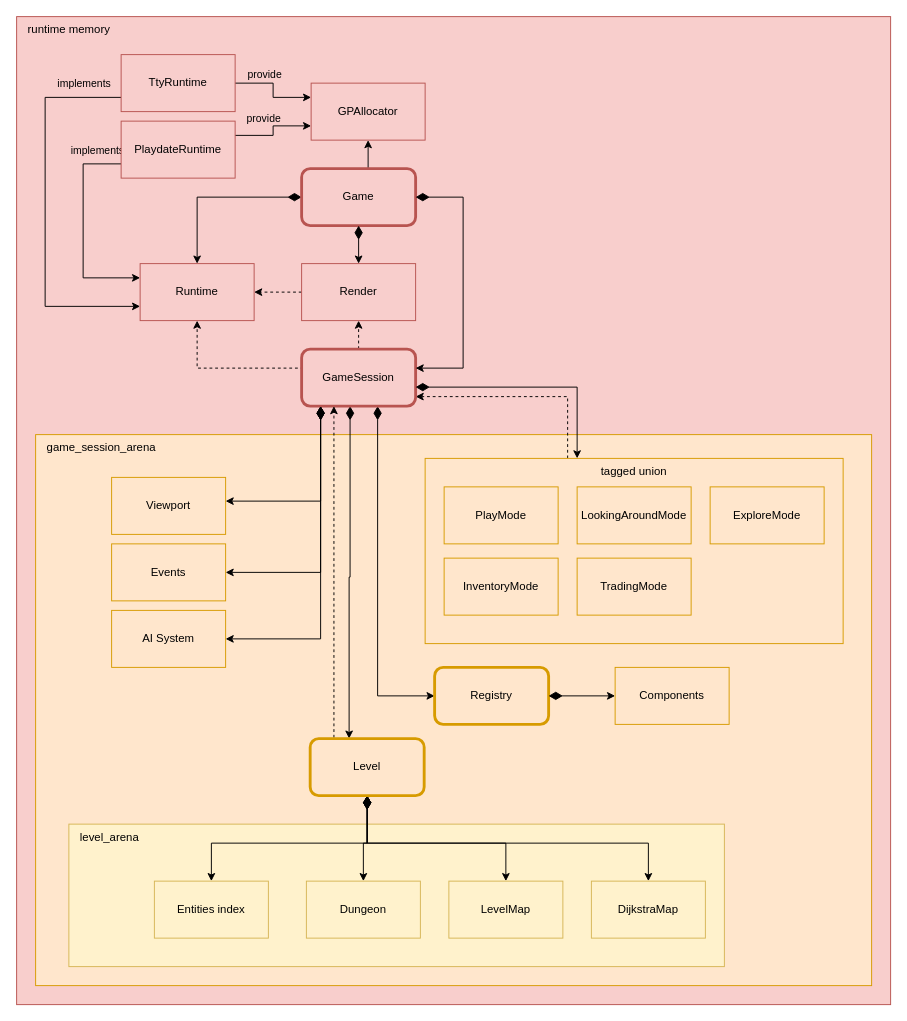
The draw.io diagram page "Main components" (2 of 9) of docs/dev/schemas.drawio in vladimir-popov/forgotten_catacombs, before the edit. Source tidied: cells renumbered, new cells numbered last; positions are measured from the earlier drawing's top-left corner, leaving out a move shared by most shapes. Both pictures are drawn from the tidied source at 95%, with x=0, y=0 at pixel (16, 16).
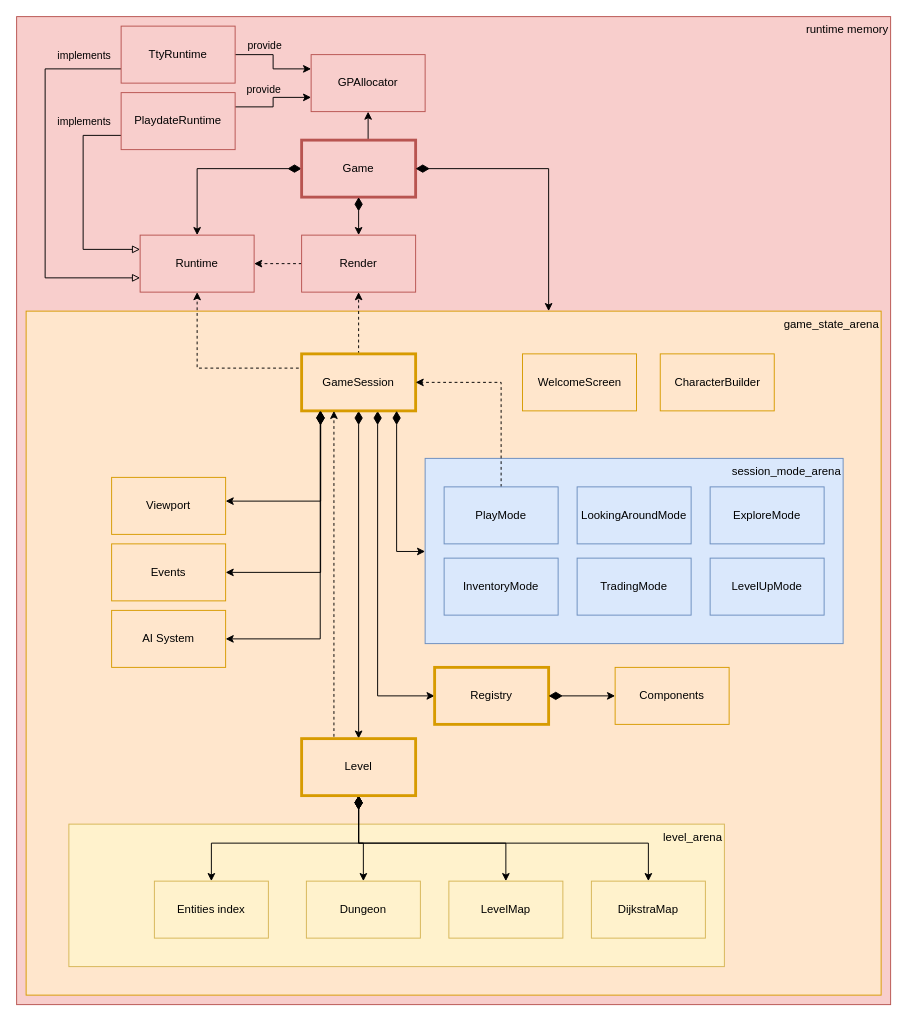
After the change.

Unchanged cells that the change refers to:
```xml
<mxCell id="49" value="AI System" style="rounded=0;whiteSpace=wrap;html=1;fillColor=#ffe6cc;strokeColor=#d79b00;" parent="1" vertex="1">
  <mxGeometry x="100" y="625" width="120" height="60" as="geometry" />
</mxCell>
```

Diff of the diagram source:
```diff
@@
-    <mxCell id="2" value="runtime memory" style="rounded=0;whiteSpace=wrap;html=1;fillColor=#f8cecc;strokeColor=#b85450;verticalAlign=top;align=left;spacingLeft=10;" parent="1" vertex="1">
+    <mxCell id="2" value="runtime memory" style="rounded=0;whiteSpace=wrap;html=1;fillColor=#f8cecc;strokeColor=#b85450;verticalAlign=top;align=right;spacingLeft=10;" parent="1" vertex="1">
       <mxGeometry width="920" height="1040" as="geometry" />
     </mxCell>
-    <mxCell id="3" value="game_session_arena" style="rounded=0;whiteSpace=wrap;html=1;fillColor=#ffe6cc;strokeColor=#d79b00;align=left;verticalAlign=top;spacingLeft=10;" parent="1" vertex="1">
-      <mxGeometry x="20" y="440" width="880" height="580" as="geometry" />
-    </mxCell>
-    <mxCell id="4" style="edgeStyle=orthogonalEdgeStyle;rounded=0;jettySize=auto;html=1;dashed=1;" parent="1" edge="1" source="5" target="16">
-      <mxGeometry relative="1" as="geometry">
-        <Array as="points">
-          <mxPoint x="580" y="400" />
-        </Array>
-      </mxGeometry>
-    </mxCell>
+    <mxCell id="57" value="game_state_arena" style="rounded=0;whiteSpace=wrap;html=1;fillColor=#ffe6cc;strokeColor=#d79b00;align=right;verticalAlign=top;spacingLeft=10;" parent="1" vertex="1">
+      <mxGeometry x="10" y="310" width="900" height="720" as="geometry" />
+    </mxCell>
-    <mxCell id="5" value="tagged union" style="rounded=0;whiteSpace=wrap;html=1;fillColor=#ffe6cc;strokeColor=#d79b00;verticalAlign=top;" parent="1" vertex="1">
+    <mxCell id="5" value="session_mode_arena" style="rounded=0;whiteSpace=wrap;html=1;fillColor=#dae8fc;strokeColor=#6c8ebf;verticalAlign=top;align=right;" parent="1" vertex="1">
       <mxGeometry x="430" y="465" width="440" height="195" as="geometry" />
     </mxCell>
-    <mxCell id="6" value="level_arena" style="rounded=0;whiteSpace=wrap;html=1;fillColor=#fff2cc;strokeColor=#d6b656;align=left;verticalAlign=top;spacingLeft=10;" parent="1" vertex="1">
+    <mxCell id="6" value="level_arena" style="rounded=0;whiteSpace=wrap;html=1;fillColor=#fff2cc;strokeColor=#d6b656;align=right;verticalAlign=top;spacingLeft=10;" parent="1" vertex="1">
       <mxGeometry x="55" y="850" width="690" height="150" as="geometry" />
     </mxCell>
@@
-    <mxCell id="9" value="Game" style="rounded=1;whiteSpace=wrap;html=1;fillColor=#f8cecc;strokeColor=#b85450;strokeWidth=3;" parent="1" vertex="1">
-      <mxGeometry x="300" y="160" width="120" height="60" as="geometry" />
+    <mxCell id="9" value="Game" style="rounded=0;whiteSpace=wrap;html=1;fillColor=#f8cecc;strokeColor=#b85450;strokeWidth=3;align=center;verticalAlign=middle;fontFamily=Helvetica;fontSize=12;fontColor=default;" parent="1" vertex="1">
+      <mxGeometry x="300" y="130" width="120" height="60" as="geometry" />
     </mxCell>
@@
     <mxCell id="11" style="edgeStyle=orthogonalEdgeStyle;rounded=0;jettySize=auto;html=1;startArrow=diamondThin;startFill=1;startSize=12;entryX=0.5;entryY=0;entryDx=0;entryDy=0;exitX=0.5;exitY=1;exitDx=0;exitDy=0;" parent="1" edge="1" source="9" target="26">
       <mxGeometry relative="1" as="geometry">
         <Array as="points">
-          <mxPoint x="360" y="260" />
+          <mxPoint x="360" y="230" />
         </Array>
       </mxGeometry>
     </mxCell>
@@
-    <mxCell id="13" style="edgeStyle=orthogonalEdgeStyle;rounded=0;orthogonalLoop=1;jettySize=auto;html=1;startArrow=diamondThin;startFill=1;startSize=12;" parent="1" edge="1">
-      <mxGeometry relative="1" as="geometry">
-        <mxPoint x="351" y="410" as="sourcePoint" />
-        <mxPoint x="350" y="760" as="targetPoint" />
-        <Array as="points">
-          <mxPoint x="351" y="590" />
-          <mxPoint x="350" y="590" />
-        </Array>
-      </mxGeometry>
+    <mxCell id="13" style="edgeStyle=orthogonalEdgeStyle;rounded=0;jettySize=auto;html=1;startArrow=diamondThin;startFill=1;startSize=12;entryX=0.5;entryY=0;entryDx=0;entryDy=0;" parent="1" edge="1" source="16" target="22">
+      <mxGeometry relative="1" as="geometry" />
     </mxCell>
@@
-    <mxCell id="16" value="GameSession" style="rounded=1;whiteSpace=wrap;html=1;fillColor=#f8cecc;strokeColor=#b85450;strokeWidth=3;" parent="1" vertex="1">
-      <mxGeometry x="300" y="350" width="120" height="60" as="geometry" />
+    <mxCell id="16" value="GameSession" style="rounded=0;whiteSpace=wrap;html=1;fillColor=#ffe6cc;strokeColor=#d79b00;strokeWidth=3;align=center;verticalAlign=middle;fontFamily=Helvetica;fontSize=12;fontColor=default;" parent="1" vertex="1">
+      <mxGeometry x="300" y="355" width="120" height="60" as="geometry" />
     </mxCell>
@@
-    <mxCell id="22" value="Level" style="rounded=1;whiteSpace=wrap;html=1;fillColor=#ffe6cc;strokeColor=#d79b00;strokeWidth=3;align=center;verticalAlign=middle;fontFamily=Helvetica;fontSize=12;" parent="1" vertex="1">
-      <mxGeometry x="309" y="760" width="120" height="60" as="geometry" />
+    <mxCell id="22" value="Level" style="rounded=0;whiteSpace=wrap;html=1;fillColor=#ffe6cc;strokeColor=#d79b00;strokeWidth=3;align=center;verticalAlign=middle;fontFamily=Helvetica;fontSize=12;fontColor=default;" parent="1" vertex="1">
+      <mxGeometry x="300" y="760" width="120" height="60" as="geometry" />
     </mxCell>
@@
     <mxCell id="26" value="Render" style="rounded=0;whiteSpace=wrap;html=1;fillColor=#f8cecc;strokeColor=#b85450;" parent="1" vertex="1">
-      <mxGeometry x="300" y="260" width="120" height="60" as="geometry" />
+      <mxGeometry x="300" y="230" width="120" height="60" as="geometry" />
     </mxCell>
-    <mxCell id="27" style="endArrow=diamondThin;endFill=1;endSize=12;html=1;rounded=0;startArrow=classic;startFill=1;strokeWidth=1;edgeStyle=orthogonalEdgeStyle;" parent="1" edge="1" source="16" target="9">
+    <mxCell id="27" style="endArrow=diamondThin;endFill=1;endSize=12;html=1;rounded=0;startArrow=classic;startFill=1;strokeWidth=1;edgeStyle=orthogonalEdgeStyle;" parent="1" edge="1" source="57" target="9">
       <mxGeometry relative="1" as="geometry">
         <Array as="points">
-          <mxPoint x="470" y="370" />
-          <mxPoint x="470" y="190" />
+          <mxPoint x="560" y="160" />
         </Array>
       </mxGeometry>
     </mxCell>
-    <mxCell id="28" style="edgeStyle=orthogonalEdgeStyle;rounded=0;jettySize=auto;html=1;startArrow=diamondThin;startFill=1;startSize=12;entryX=1;entryY=0.5;entryDx=0;entryDy=0;" parent="1" edge="1" source="16" target="49">
+    <mxCell id="28" style="edgeStyle=orthogonalEdgeStyle;rounded=0;jettySize=auto;html=1;startArrow=diamondThin;startFill=1;startSize=12;entryX=1;entryY=0.5;entryDx=0;entryDy=0;exitX=0.163;exitY=0.997;exitDx=0;exitDy=0;exitPerimeter=0;" parent="1" edge="1" source="16" target="49">
       <mxGeometry relative="1" as="geometry">
         <Array as="points">
           <mxPoint x="320" y="655" />
         </Array>
       </mxGeometry>
     </mxCell>
+    <mxCell id="58" style="edgeStyle=orthogonalEdgeStyle;rounded=0;jettySize=auto;html=1;dashed=1;" parent="1" edge="1" source="29" target="16">
+      <mxGeometry relative="1" as="geometry">
+        <Array as="points">
+          <mxPoint x="510" y="385" />
+        </Array>
+      </mxGeometry>
+    </mxCell>
-    <mxCell id="29" value="PlayMode" style="rounded=0;whiteSpace=wrap;html=1;fillColor=#ffe6cc;strokeColor=#d79b00;" parent="1" vertex="1">
+    <mxCell id="29" value="PlayMode" style="rounded=0;whiteSpace=wrap;html=1;fillColor=#dae8fc;strokeColor=#6c8ebf;" parent="1" vertex="1">
       <mxGeometry x="450" y="495" width="120" height="60" as="geometry" />
     </mxCell>
-    <mxCell id="30" value="InventoryMode" style="rounded=0;whiteSpace=wrap;html=1;fillColor=#ffe6cc;strokeColor=#d79b00;" parent="1" vertex="1">
+    <mxCell id="30" value="InventoryMode" style="rounded=0;whiteSpace=wrap;html=1;fillColor=#dae8fc;strokeColor=#6c8ebf;" parent="1" vertex="1">
       <mxGeometry x="450" y="570" width="120" height="60" as="geometry" />
     </mxCell>
-    <mxCell id="31" value="Registry" style="rounded=1;whiteSpace=wrap;html=1;fillColor=#ffe6cc;strokeColor=#d79b00;strokeWidth=3;align=center;verticalAlign=middle;fontFamily=Helvetica;fontSize=12;fontColor=default;" parent="1" vertex="1">
+    <mxCell id="31" value="Registry" style="rounded=0;whiteSpace=wrap;html=1;fillColor=#ffe6cc;strokeColor=#d79b00;strokeWidth=3;align=center;verticalAlign=middle;fontFamily=Helvetica;fontSize=12;fontColor=default;" parent="1" vertex="1">
       <mxGeometry x="440" y="685" width="120" height="60" as="geometry" />
     </mxCell>
@@
     <mxCell id="34" value="GPAllocator" style="rounded=0;whiteSpace=wrap;html=1;fillColor=#f8cecc;strokeColor=#b85450;" parent="1" vertex="1">
-      <mxGeometry x="310" y="70" width="120" height="60" as="geometry" />
+      <mxGeometry x="310" y="40" width="120" height="60" as="geometry" />
     </mxCell>
-    <mxCell id="35" value="LookingAroundMode" style="rounded=0;whiteSpace=wrap;html=1;fillColor=#ffe6cc;strokeColor=#d79b00;" parent="1" vertex="1">
+    <mxCell id="35" value="LookingAroundMode" style="rounded=0;whiteSpace=wrap;html=1;fillColor=#dae8fc;strokeColor=#6c8ebf;" parent="1" vertex="1">
       <mxGeometry x="590" y="495" width="120" height="60" as="geometry" />
     </mxCell>
@@
     <mxCell id="37" value="Runtime" style="rounded=0;whiteSpace=wrap;html=1;fillColor=#f8cecc;strokeColor=#b85450;" parent="1" vertex="1">
-      <mxGeometry x="130" y="260" width="120" height="60" as="geometry" />
+      <mxGeometry x="130" y="230" width="120" height="60" as="geometry" />
     </mxCell>
@@
-    <mxCell id="40" style="edgeStyle=orthogonalEdgeStyle;rounded=0;jettySize=auto;html=1;exitX=0;exitY=0.75;exitDx=0;exitDy=0;" parent="1" edge="1" source="42" target="37">
+    <mxCell id="40" style="edgeStyle=orthogonalEdgeStyle;rounded=0;jettySize=auto;html=1;exitX=0;exitY=0.75;exitDx=0;exitDy=0;endArrow=block;endFill=0;" parent="1" edge="1" source="42" target="37">
       <mxGeometry relative="1" as="geometry">
         <Array as="points">
-          <mxPoint x="30" y="85" />
-          <mxPoint x="30" y="305" />
+          <mxPoint x="30" y="55" />
+          <mxPoint x="30" y="275" />
         </Array>
       </mxGeometry>
     </mxCell>
@@
     <mxCell id="42" value="TtyRuntime" style="rounded=0;whiteSpace=wrap;html=1;fillColor=#f8cecc;strokeColor=#b85450;" parent="1" vertex="1">
-      <mxGeometry x="110" y="40" width="120" height="60" as="geometry" />
+      <mxGeometry x="110" y="10" width="120" height="60" as="geometry" />
     </mxCell>
@@
-    <mxCell id="45" style="edgeStyle=orthogonalEdgeStyle;rounded=0;jettySize=auto;html=1;exitX=0;exitY=0.75;exitDx=0;exitDy=0;entryX=0;entryY=0.25;entryDx=0;entryDy=0;" parent="1" edge="1" source="47" target="37">
+    <mxCell id="45" style="edgeStyle=orthogonalEdgeStyle;rounded=0;jettySize=auto;html=1;exitX=0;exitY=0.75;exitDx=0;exitDy=0;entryX=0;entryY=0.25;entryDx=0;entryDy=0;endArrow=block;endFill=0;" parent="1" edge="1" source="47" target="37">
       <mxGeometry relative="1" as="geometry">
         <Array as="points">
-          <mxPoint x="70" y="155" />
-          <mxPoint x="70" y="275" />
+          <mxPoint x="70" y="125" />
+          <mxPoint x="70" y="245" />
         </Array>
       </mxGeometry>
     </mxCell>
     <mxCell id="46" value="&lt;span style=&quot;&quot;&gt;implements&lt;/span&gt;" style="edgeLabel;html=1;align=center;verticalAlign=middle;labelBackgroundColor=none;" parent="45" vertex="1">
       <mxGeometry x="-0.76" relative="1" as="geometry">
-        <mxPoint y="-15" as="offset" />
+        <mxPoint x="-14" y="-15" as="offset" />
       </mxGeometry>
     </mxCell>
     <mxCell id="47" value="PlaydateRuntime" style="rounded=0;whiteSpace=wrap;html=1;fillColor=#f8cecc;strokeColor=#b85450;" parent="1" vertex="1">
-      <mxGeometry x="110" y="110" width="120" height="60" as="geometry" />
+      <mxGeometry x="110" y="80" width="120" height="60" as="geometry" />
     </mxCell>
@@
-    <mxCell id="52" value="ExploreMode" style="rounded=0;whiteSpace=wrap;html=1;fillColor=#ffe6cc;strokeColor=#d79b00;" parent="1" vertex="1">
+    <mxCell id="52" value="ExploreMode" style="rounded=0;whiteSpace=wrap;html=1;fillColor=#dae8fc;strokeColor=#6c8ebf;" parent="1" vertex="1">
       <mxGeometry x="730" y="495" width="120" height="60" as="geometry" />
     </mxCell>
     <mxCell id="53" style="edgeStyle=orthogonalEdgeStyle;rounded=0;jettySize=auto;html=1;strokeColor=default;align=center;verticalAlign=middle;fontFamily=Helvetica;fontSize=11;fontColor=default;labelBackgroundColor=default;startArrow=diamondThin;startFill=1;startSize=12;endArrow=classic;" parent="1" edge="1" source="16" target="5">
       <mxGeometry relative="1" as="geometry">
         <Array as="points">
-          <mxPoint x="590" y="390" />
+          <mxPoint x="400" y="563" />
         </Array>
       </mxGeometry>
     </mxCell>
-    <mxCell id="54" value="TradingMode" style="rounded=0;whiteSpace=wrap;html=1;fillColor=#ffe6cc;strokeColor=#d79b00;" parent="1" vertex="1">
+    <mxCell id="54" value="TradingMode" style="rounded=0;whiteSpace=wrap;html=1;fillColor=#dae8fc;strokeColor=#6c8ebf;" parent="1" vertex="1">
       <mxGeometry x="590" y="570" width="120" height="60" as="geometry" />
     </mxCell>
@@
+    <mxCell id="59" value="WelcomeScreen" style="rounded=0;whiteSpace=wrap;html=1;fillColor=#ffe6cc;strokeColor=#d79b00;" parent="1" vertex="1">
+      <mxGeometry x="532.5" y="355" width="120" height="60" as="geometry" />
+    </mxCell>
+    <mxCell id="60" value="CharacterBuilder" style="rounded=0;whiteSpace=wrap;html=1;fillColor=#ffe6cc;strokeColor=#d79b00;" parent="1" vertex="1">
+      <mxGeometry x="677.5" y="355" width="120" height="60" as="geometry" />
+    </mxCell>
+    <mxCell id="61" value="LevelUpMode" style="rounded=0;whiteSpace=wrap;html=1;fillColor=#dae8fc;strokeColor=#6c8ebf;" parent="1" vertex="1">
+      <mxGeometry x="730" y="570" width="120" height="60" as="geometry" />
+    </mxCell>
```
